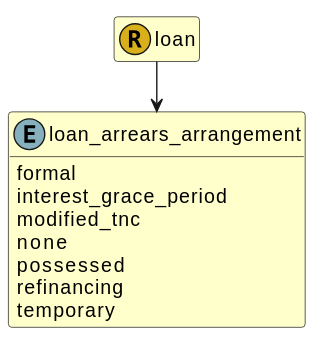
Schemarise/demo-alfa-with-fire-json-model keeps this PlantUML diagram as images/fire.model.loan_arrears_arrangement.svg. Above is the earlier version.
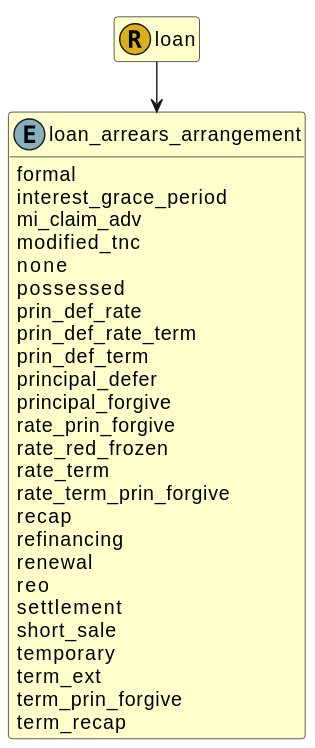
The same file after the commit.

Change to the diagram source:
```diff
@@ -14,11 +14,29 @@
 
   formal
   interest_grace_period
+  mi_claim_adv
   modified_tnc
   none
   possessed
+  prin_def_rate
+  prin_def_rate_term
+  prin_def_term
+  principal_defer
+  principal_forgive
+  rate_prin_forgive
+  rate_red_frozen
+  rate_term
+  rate_term_prin_forgive
+  recap
   refinancing
+  renewal
+  reo
+  settlement
+  short_sale
   temporary
+  term_ext
+  term_prin_forgive
+  term_recap
 
 
 
```
